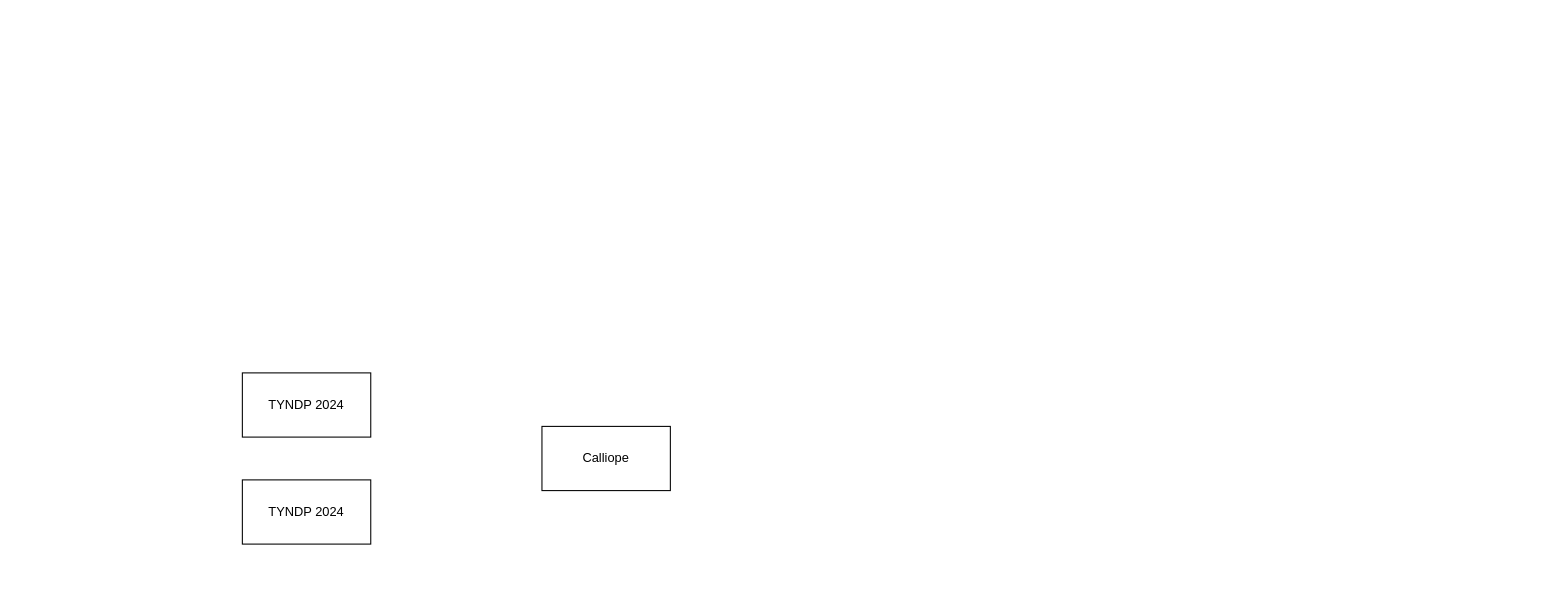
This is Untitled Diagram.drawio from mohammadamint/test, a draw.io file, before an edit. Source tidied: cells renumbered, new cells numbered last; positions are measured from the earlier drawing's top-left corner, leaving out a move shared by most shapes. Both pictures are drawn from the tidied source at 107%, with x=0, y=0 at pixel (242, 372).
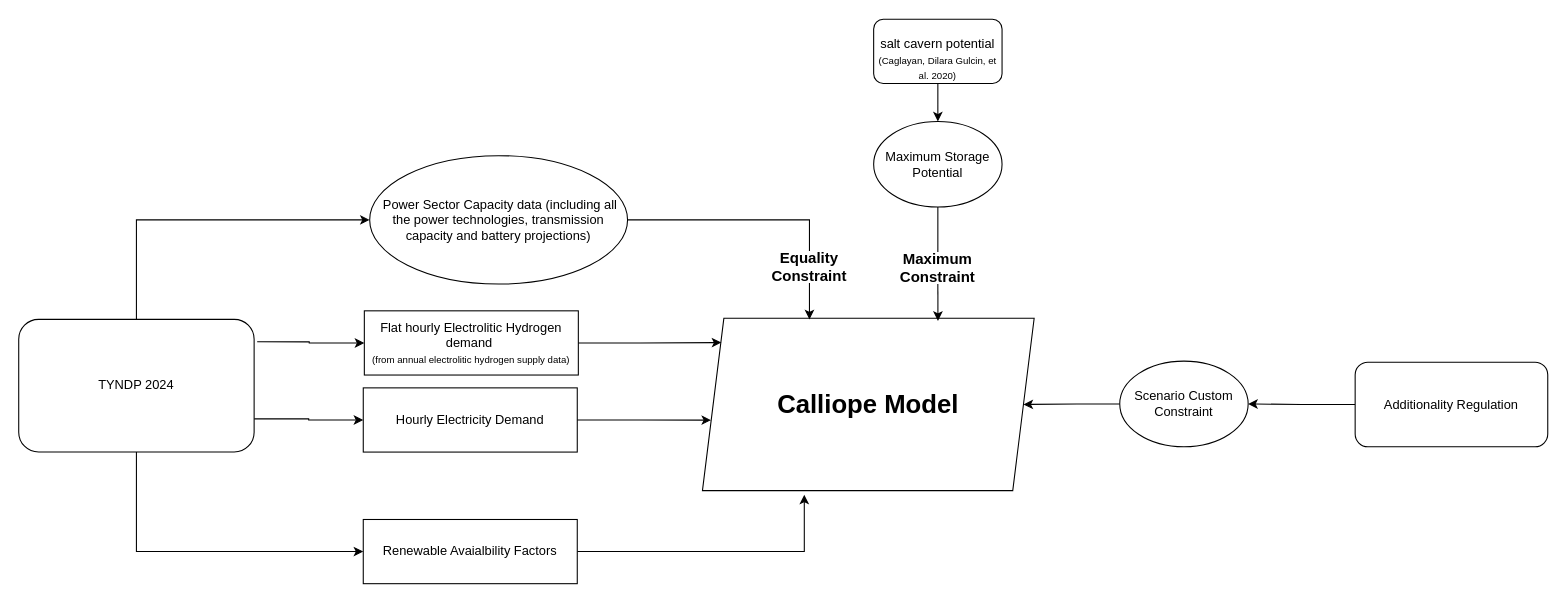
Above is the later version.

What changed in the source:
```diff
@@
-    <mxCell id="2" value="Calliope" style="rounded=0;whiteSpace=wrap;html=1;" parent="1" vertex="1">
-      <mxGeometry x="280" y="50" width="120" height="60" as="geometry" />
-    </mxCell>
+    <mxCell id="4" value="Flat hourly Electrolitic Hydrogen demand&amp;nbsp;&lt;div&gt;&lt;font style=&quot;font-size: 9px;&quot;&gt;(from annual electrolitic hydrogen supply data)&lt;/font&gt;&lt;/div&gt;" style="rounded=0;whiteSpace=wrap;html=1;" parent="1" vertex="1">
+      <mxGeometry x="114" y="-58" width="200" height="60" as="geometry" />
+    </mxCell>
+    <mxCell id="5" style="edgeStyle=orthogonalEdgeStyle;rounded=0;jettySize=auto;html=1;exitX=1.013;exitY=0.169;exitDx=0;exitDy=0;exitPerimeter=0;" parent="1" edge="1" source="3" target="4">
+      <mxGeometry relative="1" as="geometry" />
+    </mxCell>
+    <mxCell id="6" style="edgeStyle=orthogonalEdgeStyle;rounded=0;jettySize=auto;html=1;exitX=0.5;exitY=0;exitDx=0;exitDy=0;entryX=0;entryY=0.5;entryDx=0;entryDy=0;" parent="1" edge="1" source="3" target="9">
+      <mxGeometry relative="1" as="geometry" />
+    </mxCell>
+    <mxCell id="7" style="edgeStyle=orthogonalEdgeStyle;rounded=0;jettySize=auto;html=1;exitX=1;exitY=0.5;exitDx=0;exitDy=0;entryX=0.307;entryY=1.024;entryDx=0;entryDy=0;entryPerimeter=0;" parent="1" edge="1" source="8" target="15">
+      <mxGeometry relative="1" as="geometry" />
+    </mxCell>
+    <mxCell id="8" value="Renewable Avaialbility Factors" style="rounded=0;whiteSpace=wrap;html=1;" parent="1" vertex="1">
+      <mxGeometry x="113" y="137" width="200" height="60" as="geometry" />
+    </mxCell>
+    <mxCell id="9" value="&amp;nbsp;Power Sector Capacity data (including all the power technologies, transmission capacity and battery projections)" style="ellipse;whiteSpace=wrap;html=1;" parent="1" vertex="1">
+      <mxGeometry x="119" y="-203" width="241" height="120" as="geometry" />
+    </mxCell>
+    <mxCell id="10" value="Maximum Storage Potential" style="ellipse;whiteSpace=wrap;html=1;" parent="1" vertex="1">
+      <mxGeometry x="590" y="-235" width="120" height="80" as="geometry" />
+    </mxCell>
+    <mxCell id="11" style="edgeStyle=orthogonalEdgeStyle;rounded=0;jettySize=auto;html=1;exitX=0.5;exitY=1;exitDx=0;exitDy=0;entryX=0;entryY=0.5;entryDx=0;entryDy=0;" parent="1" edge="1" source="3" target="8">
+      <mxGeometry relative="1" as="geometry" />
+    </mxCell>
+    <mxCell id="12" style="edgeStyle=orthogonalEdgeStyle;rounded=0;jettySize=auto;html=1;exitX=1;exitY=0.75;exitDx=0;exitDy=0;entryX=0;entryY=0.5;entryDx=0;entryDy=0;" parent="1" edge="1" source="3" target="24">
+      <mxGeometry relative="1" as="geometry" />
+    </mxCell>
-    <mxCell id="3" value="TYNDP 2024" style="rounded=0;whiteSpace=wrap;html=1;" parent="1" vertex="1">
-      <mxGeometry y="100" width="120" height="60" as="geometry" />
+    <mxCell id="3" value="TYNDP 2024" style="rounded=1;whiteSpace=wrap;html=1;" parent="1" vertex="1">
+      <mxGeometry x="-209" y="-50" width="220" height="124" as="geometry" />
     </mxCell>
-    <mxCell id="4" value="TYNDP 2024" style="rounded=0;whiteSpace=wrap;html=1;" parent="1" vertex="1">
-      <mxGeometry width="120" height="60" as="geometry" />
-    </mxCell>
+    <mxCell id="13" style="edgeStyle=orthogonalEdgeStyle;rounded=0;jettySize=auto;html=1;" parent="1" edge="1" source="14" target="10">
+      <mxGeometry relative="1" as="geometry" />
+    </mxCell>
+    <mxCell id="14" value="&lt;div&gt;&lt;br&gt;&lt;/div&gt;&lt;div&gt;&lt;div&gt;salt cavern potential&lt;/div&gt;&lt;div&gt;&lt;font style=&quot;font-size: 9px;&quot;&gt;(Caglayan, Dilara Gulcin, et al. 2020)&lt;/font&gt;&lt;/div&gt;&lt;/div&gt;" style="rounded=1;whiteSpace=wrap;html=1;" parent="1" vertex="1">
+      <mxGeometry x="590" y="-330.5" width="120" height="60" as="geometry" />
+    </mxCell>
+    <mxCell id="15" value="&lt;b&gt;&lt;font style=&quot;font-size: 24px;&quot;&gt;Calliope Model&lt;/font&gt;&lt;/b&gt;" style="shape=parallelogram;perimeter=parallelogramPerimeter;whiteSpace=wrap;html=1;fixedSize=1;" parent="1" vertex="1">
+      <mxGeometry x="430" y="-51" width="310" height="161" as="geometry" />
+    </mxCell>
+    <mxCell id="16" style="edgeStyle=orthogonalEdgeStyle;rounded=0;jettySize=auto;html=1;exitX=0.5;exitY=1;exitDx=0;exitDy=0;entryX=0.71;entryY=0.015;entryDx=0;entryDy=0;entryPerimeter=0;" parent="1" edge="1" source="17" target="15">
+      <mxGeometry relative="1" as="geometry" />
+    </mxCell>
+    <mxCell id="17" value="&lt;b&gt;&lt;font style=&quot;font-size: 14px;&quot;&gt;Maximum Constraint&lt;/font&gt;&lt;/b&gt;" style="text;html=1;align=center;verticalAlign=middle;whiteSpace=wrap;rounded=0;" parent="1" vertex="1">
+      <mxGeometry x="620" y="-113" width="60" height="30" as="geometry" />
+    </mxCell>
+    <mxCell id="18" style="endArrow=none;html=1;rounded=0;entryX=0.5;entryY=1;entryDx=0;entryDy=0;exitX=0.5;exitY=0;exitDx=0;exitDy=0;" parent="1" edge="1" source="17" target="10">
+      <mxGeometry relative="1" as="geometry" />
+    </mxCell>
+    <mxCell id="19" value="&lt;b&gt;&lt;font style=&quot;font-size: 14px;&quot;&gt;Equality Constraint&lt;/font&gt;&lt;/b&gt;" style="text;html=1;align=center;verticalAlign=middle;whiteSpace=wrap;rounded=0;" parent="1" vertex="1">
+      <mxGeometry x="500" y="-114" width="60" height="30" as="geometry" />
+    </mxCell>
+    <mxCell id="20" style="endArrow=none;html=1;rounded=0;entryX=1;entryY=0.5;entryDx=0;entryDy=0;exitX=0.5;exitY=0;exitDx=0;exitDy=0;" parent="1" edge="1" source="19" target="9">
+      <mxGeometry relative="1" as="geometry">
+        <Array as="points">
+          <mxPoint x="530" y="-143" />
+        </Array>
+      </mxGeometry>
+    </mxCell>
+    <mxCell id="21" style="edgeStyle=orthogonalEdgeStyle;rounded=0;jettySize=auto;html=1;exitX=0.5;exitY=1;exitDx=0;exitDy=0;" parent="1" edge="1" source="19">
+      <mxGeometry relative="1" as="geometry">
+        <mxPoint x="530" y="-50" as="targetPoint" />
+      </mxGeometry>
+    </mxCell>
+    <mxCell id="22" style="edgeStyle=orthogonalEdgeStyle;rounded=0;jettySize=auto;html=1;" parent="1" edge="1" source="23" target="15">
+      <mxGeometry relative="1" as="geometry" />
+    </mxCell>
+    <mxCell id="23" value="Scenario Custom Constraint" style="ellipse;whiteSpace=wrap;html=1;" parent="1" vertex="1">
+      <mxGeometry x="820" y="-11" width="120" height="80" as="geometry" />
+    </mxCell>
+    <mxCell id="24" value="Hourly Electricity Demand" style="rounded=0;whiteSpace=wrap;html=1;" parent="1" vertex="1">
+      <mxGeometry x="113" y="14" width="200" height="60" as="geometry" />
+    </mxCell>
+    <mxCell id="25" style="edgeStyle=orthogonalEdgeStyle;rounded=0;jettySize=auto;html=1;exitX=1;exitY=0.5;exitDx=0;exitDy=0;entryX=0.057;entryY=0.141;entryDx=0;entryDy=0;entryPerimeter=0;" parent="1" edge="1" source="4" target="15">
+      <mxGeometry relative="1" as="geometry" />
+    </mxCell>
+    <mxCell id="26" style="edgeStyle=orthogonalEdgeStyle;rounded=0;jettySize=auto;html=1;exitX=1;exitY=0.5;exitDx=0;exitDy=0;entryX=0.026;entryY=0.591;entryDx=0;entryDy=0;entryPerimeter=0;" parent="1" edge="1" source="24" target="15">
+      <mxGeometry relative="1" as="geometry" />
+    </mxCell>
+    <mxCell id="27" style="edgeStyle=orthogonalEdgeStyle;rounded=0;jettySize=auto;html=1;" parent="1" edge="1" source="28" target="23">
+      <mxGeometry relative="1" as="geometry" />
+    </mxCell>
+    <mxCell id="28" value="&lt;div&gt;Additionality Regulation&lt;/div&gt;" style="rounded=1;whiteSpace=wrap;html=1;" parent="1" vertex="1">
+      <mxGeometry x="1040" y="-10" width="180" height="79" as="geometry" />
+    </mxCell>
```
